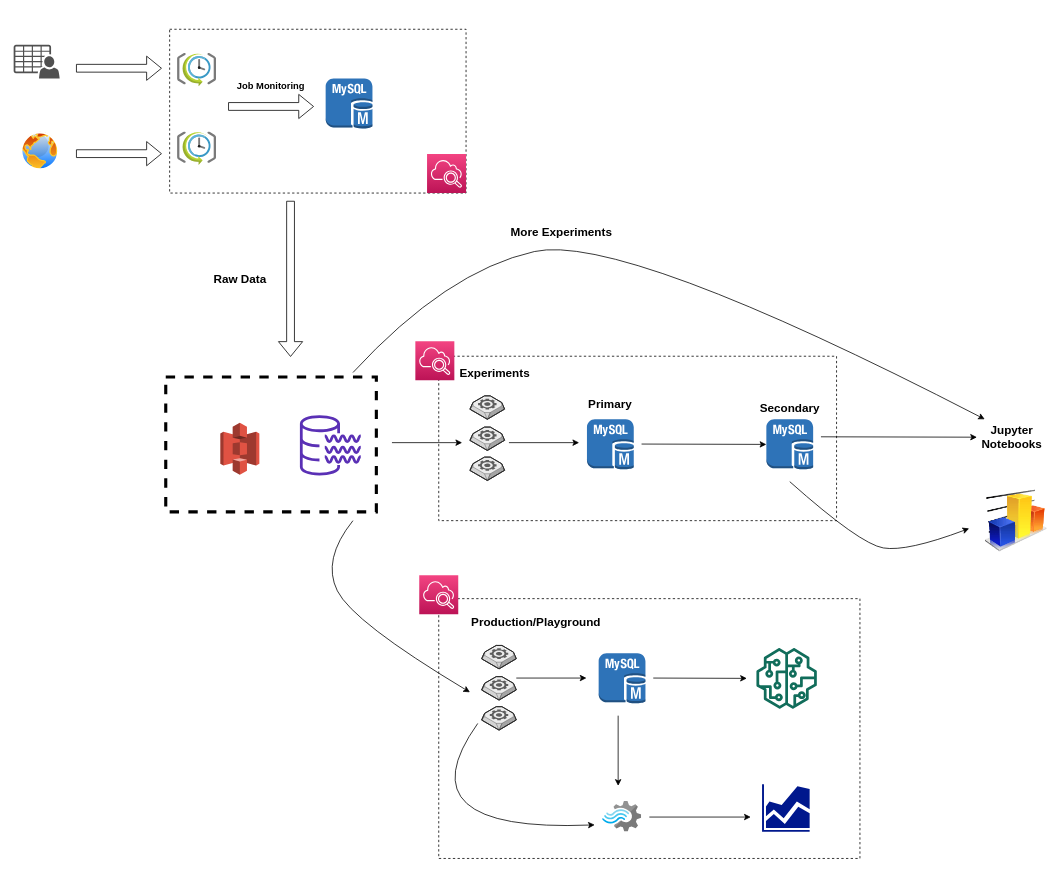
Earlier version of the draw.io diagram page "Page-1" (1 of 2) of Properly.drawio (Ather23/etl-playground). Source tidied: cells renumbered, new cells numbered last; positions are measured from the earlier drawing's top-left corner, leaving out a move shared by most shapes. Both pictures are drawn from the tidied source at 78%, with x=0, y=0 at pixel (13, 29). Pictures stored in the file or linked from it are replaced by grey dashed boxes.
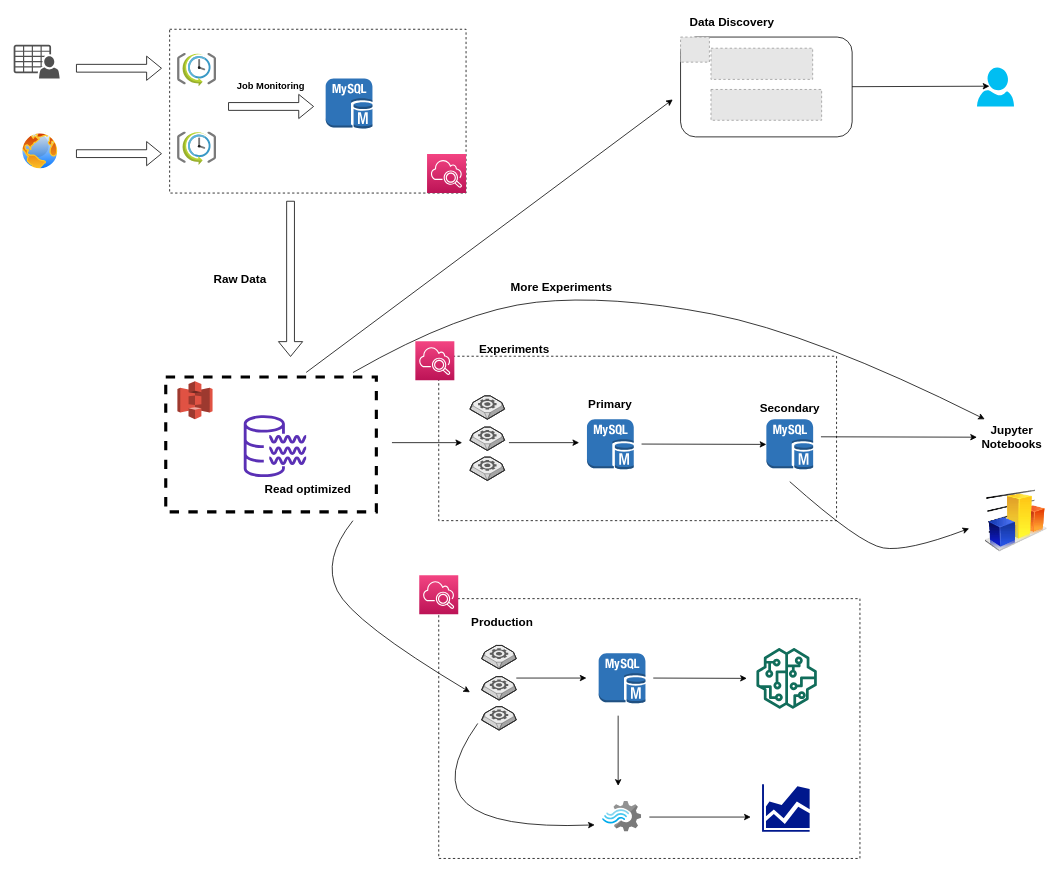
The same diagram, later.

Unchanged cells that the change refers to:
```xml
<mxCell id="23" value="Jupyter Notebooks" style="text;html=1;strokeColor=none;fillColor=none;align=center;verticalAlign=middle;whiteSpace=wrap;rounded=0;dashed=1;fontStyle=1;fontSize=15;" parent="1" vertex="1">
  <mxGeometry x="1235" y="498" width="90" height="50" as="geometry" />
</mxCell>
```

The edit, as a diff of the source:
```diff
@@
+    <mxCell id="48" style="rounded=0;whiteSpace=wrap;html=1;dashed=1;fontSize=15;strokeWidth=1;fillColor=none;align=left;" parent="1" vertex="1">
+      <mxGeometry x="545" y="730" width="540" height="333.1" as="geometry" />
+    </mxCell>
+    <mxCell id="47" style="rounded=0;whiteSpace=wrap;html=1;dashed=1;fontSize=15;strokeWidth=1;fillColor=none;align=left;" parent="1" vertex="1">
+      <mxGeometry x="545" y="419.2" width="510" height="210.8" as="geometry" />
+    </mxCell>
+    <mxCell id="40" style="rounded=0;whiteSpace=wrap;html=1;dashed=1;fontSize=15;strokeWidth=4;fillColor=none;align=left;" parent="1" vertex="1">
+      <mxGeometry x="195" y="445.8" width="270" height="173" as="geometry" />
+    </mxCell>
@@
     <mxCell id="10" style="fontColor=#232F3E;gradientColor=none;fillColor=#5A30B5;strokeColor=none;dashed=0;verticalLabelPosition=bottom;verticalAlign=top;align=center;html=1;fontSize=12;fontStyle=0;shape=mxgraph.aws4.data_lake_resource_icon;" parent="1" vertex="1">
-      <mxGeometry x="367" y="494.5" width="78" height="78" as="geometry" />
+      <mxGeometry x="295" y="494.5" width="80" height="80" as="geometry" />
     </mxCell>
@@
     <mxCell id="33" value="Experiments" style="text;html=1;strokeColor=none;fillColor=none;align=left;verticalAlign=middle;whiteSpace=wrap;rounded=0;dashed=1;fontSize=15;fontStyle=1;" parent="1" vertex="1">
-      <mxGeometry x="570" y="430" width="110" height="20" as="geometry" />
+      <mxGeometry x="595" y="400" width="110" height="20" as="geometry" />
     </mxCell>
-    <mxCell id="34" value="Production/Playground" style="text;html=1;strokeColor=none;fillColor=none;align=left;verticalAlign=middle;whiteSpace=wrap;rounded=0;dashed=1;fontSize=15;fontStyle=1;" parent="1" vertex="1">
+    <mxCell id="34" value="Production" style="text;html=1;strokeColor=none;fillColor=none;align=left;verticalAlign=middle;whiteSpace=wrap;rounded=0;dashed=1;fontSize=15;fontStyle=1;" parent="1" vertex="1">
       <mxGeometry x="585" y="750" width="185" height="20" as="geometry" />
     </mxCell>
@@
     <mxCell id="39" style="dashed=0;verticalLabelPosition=bottom;verticalAlign=top;align=center;html=1;shape=mxgraph.aws3.s3;fillColor=#E05243;gradientColor=none;fontSize=15;strokeWidth=4;" parent="1" vertex="1">
-      <mxGeometry x="265" y="504.5" width="50" height="66.5" as="geometry" />
+      <mxGeometry x="210" y="451.2" width="45" height="48.8" as="geometry" />
     </mxCell>
-    <mxCell id="40" style="rounded=0;whiteSpace=wrap;html=1;dashed=1;fontSize=15;strokeWidth=4;fillColor=none;align=left;" parent="1" vertex="1">
-      <mxGeometry x="195" y="445.8" width="270" height="173" as="geometry" />
-    </mxCell>
@@
-    <mxCell id="47" style="rounded=0;whiteSpace=wrap;html=1;dashed=1;fontSize=15;strokeWidth=1;fillColor=none;align=left;" parent="1" vertex="1">
-      <mxGeometry x="545" y="419.2" width="510" height="210.8" as="geometry" />
-    </mxCell>
-    <mxCell id="48" style="rounded=0;whiteSpace=wrap;html=1;dashed=1;fontSize=15;strokeWidth=1;fillColor=none;align=left;" parent="1" vertex="1">
-      <mxGeometry x="545" y="730" width="540" height="333.1" as="geometry" />
-    </mxCell>
@@
     <mxCell id="53" style="curved=1;endArrow=classic;html=1;fontSize=15;exitX=0.889;exitY=-0.033;exitDx=0;exitDy=0;exitPerimeter=0;entryX=0.111;entryY=0.04;entryDx=0;entryDy=0;entryPerimeter=0;" parent="1" edge="1" source="40" target="23">
       <mxGeometry relative="1" as="geometry">
         <Array as="points">
-          <mxPoint x="555" y="310" />
-          <mxPoint x="780" y="260" />
+          <mxPoint x="575" y="360" />
+          <mxPoint x="765" y="340" />
+          <mxPoint x="1025" y="390" />
         </Array>
       </mxGeometry>
     </mxCell>
     <mxCell id="54" value="More Experiments" style="text;html=1;strokeColor=none;fillColor=none;align=center;verticalAlign=middle;whiteSpace=wrap;rounded=0;dashed=1;fontSize=15;fontStyle=1;" parent="1" vertex="1">
-      <mxGeometry x="615" y="250" width="175" height="20" as="geometry" />
+      <mxGeometry x="615" y="320" width="175" height="20" as="geometry" />
     </mxCell>
+    <mxCell id="55" style="endArrow=classic;html=1;" parent="1" edge="1">
+      <mxGeometry relative="1" as="geometry">
+        <mxPoint x="375" y="440" as="sourcePoint" />
+        <mxPoint x="845" y="90" as="targetPoint" />
+      </mxGeometry>
+    </mxCell>
+    <mxCell id="56" style="group;" parent="1" vertex="1">
+      <mxGeometry x="855" y="10" width="220" height="128" as="geometry" />
+    </mxCell>
+    <mxCell id="57" style="rounded=1;whiteSpace=wrap;html=1;" parent="56" vertex="1">
+      <mxGeometry width="220" height="128" as="geometry" />
+    </mxCell>
+    <mxCell id="58" style="fillColor=#E6E6E6;strokeColor=#999999;dashed=1;verticalLabelPosition=bottom;labelBackgroundColor=#ffffff;verticalAlign=top;" parent="56" vertex="1">
+      <mxGeometry x="39" y="14.3" width="130.4" height="40" as="geometry" />
+    </mxCell>
+    <mxCell id="59" style="fillColor=#E6E6E6;strokeColor=#999999;dashed=1;verticalLabelPosition=bottom;labelBackgroundColor=#ffffff;verticalAlign=top;" parent="56" vertex="1">
+      <mxGeometry x="39" y="67.2" width="141.9" height="39.5" as="geometry" />
+    </mxCell>
+    <mxCell id="60" style="fillColor=#E6E6E6;strokeColor=#999999;dashed=1;verticalLabelPosition=bottom;labelBackgroundColor=#ffffff;verticalAlign=top;" parent="56" vertex="1">
+      <mxGeometry width="37" height="32.2" as="geometry" />
+    </mxCell>
+    <mxCell id="61" value="Data Discovery" style="text;html=1;strokeColor=none;fillColor=none;align=left;verticalAlign=middle;whiteSpace=wrap;rounded=0;dashed=1;fontSize=15;fontStyle=1;" parent="1" vertex="1">
+      <mxGeometry x="865" y="-20" width="175" height="20" as="geometry" />
+    </mxCell>
+    <mxCell id="62" style="verticalLabelPosition=bottom;html=1;verticalAlign=top;align=center;strokeColor=none;fillColor=#00BEF2;shape=mxgraph.azure.user;" parent="1" vertex="1">
+      <mxGeometry x="1235" y="49" width="47.5" height="50" as="geometry" />
+    </mxCell>
+    <mxCell id="63" style="endArrow=classic;html=1;entryX=0.337;entryY=0.48;entryDx=0;entryDy=0;entryPerimeter=0;" parent="1" edge="1" source="57" target="62">
+      <mxGeometry relative="1" as="geometry" />
+    </mxCell>
+    <mxCell id="64" value="Read optimized" style="text;html=1;strokeColor=none;fillColor=none;align=center;verticalAlign=middle;whiteSpace=wrap;rounded=0;dashed=1;fontSize=15;fontStyle=1;" parent="1" vertex="1">
+      <mxGeometry x="290" y="578.5" width="175" height="20" as="geometry" />
+    </mxCell>
```
